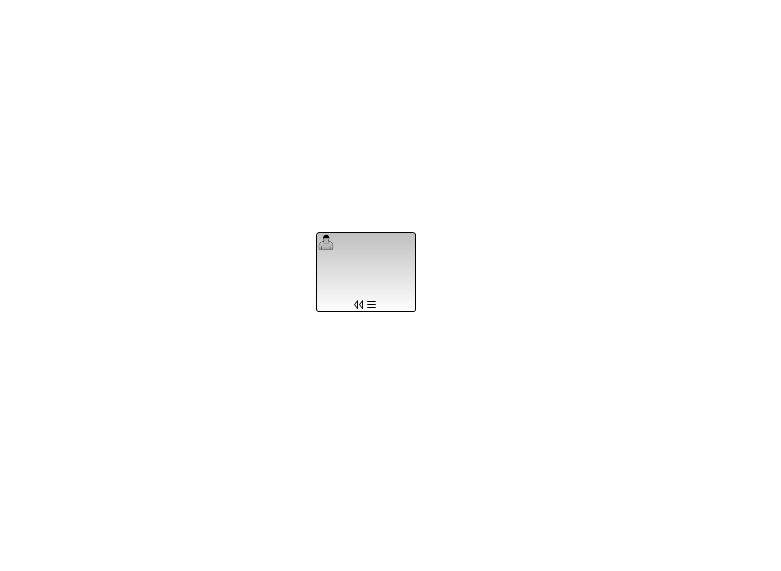
Above: eclipseche-ext-bpmn/src/main/resources/de/fhrt/johannes/wendig/codenvy/bpmn/newDiagram.png in jwendig/eclipseche-ext-camunda-bpmn (BPMN), before the change. Its source is kept beside it as eclipseche-ext-bpmn/src/main/resources/de/fhrt/johannes/wendig/codenvy/bpmn/newDiagram.bpmn. Ids are renumbered.
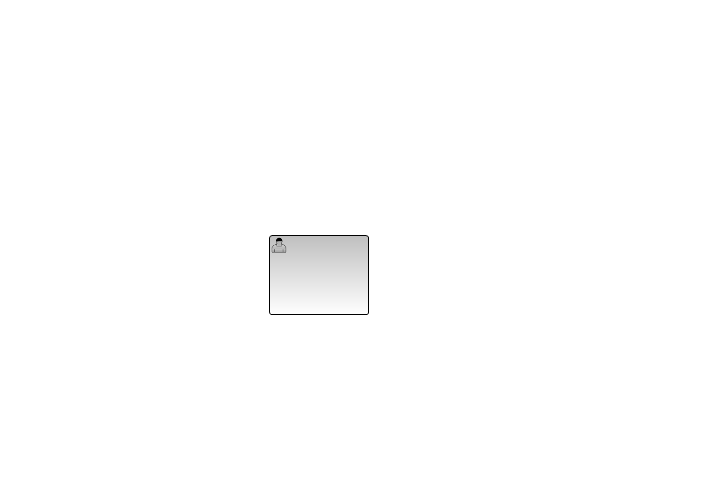
Later version of the same file.

Diff of the diagram source:
```diff
@@ -1,16 +1,23 @@
 <bpmn2:definitions xmlns:xsi="http://www.w3.org/2001/XMLSchema-instance" xmlns:bpmn2="http://www.omg.org/spec/BPMN/20100524/MODEL" xmlns:bpmndi="http://www.omg.org/spec/BPMN/20100524/DI" xmlns:camunda="http://activiti.org/bpmn" xmlns:dc="http://www.omg.org/spec/DD/20100524/DC" xmlns:di="http://www.omg.org/spec/DD/20100524/DI" xsi:schemaLocation="http://www.omg.org/spec/BPMN/20100524/MODEL BPMN20.xsd" id="sample-diagram" exporter="camunda modeler" exporterVersion="2.5.0" targetNamespace="http://activiti.org/bpmn">
   <bpmn2:process id="Process_1" isExecutable="false">
-    <bpmn2:userTask id="UserTask_1" isForCompensation="true">
-      <bpmn2:multiInstanceLoopCharacteristics camunda:collection="asd" camunda:elementVariable="fdfff" isSequential="true">
-        <bpmn2:loopCardinality xsi:type="bpmn2:tFormalExpression">ff</bpmn2:loopCardinality>
-        <bpmn2:completionCondition xsi:type="bpmn2:tFormalExpression">fdfdfd</bpmn2:completionCondition>
-      </bpmn2:multiInstanceLoopCharacteristics>
+    <bpmn2:userTask id="UserTask_1">
+      <bpmn2:extensionElements>
+        <camunda:inputOutput>
+          <camunda:inputParameter name="test">tessdfasdfadsf</camunda:inputParameter>
+          <camunda:outputParameter name="test">
+            <camunda:list>
+              <camunda:value>sdafdf</camunda:value>
+              <camunda:value>sdfsdfd</camunda:value>
+            </camunda:list>
+          </camunda:outputParameter>
+        </camunda:inputOutput>
+      </bpmn2:extensionElements>
     </bpmn2:userTask>
   </bpmn2:process>
   <bpmndi:BPMNDiagram id="BPMNDiagram_1">
     <bpmndi:BPMNPlane id="BPMNPlane_1" bpmnElement="Process_1">
-      <bpmndi:BPMNShape id="_BPMNShape_UserTask_3" bpmnElement="UserTask_1">
-        <dc:Bounds height="80.0" width="100.0" x="316.0" y="232.0"/>
+      <bpmndi:BPMNShape id="_BPMNShape_UserTask_5" bpmnElement="UserTask_1">
+        <dc:Bounds height="80.0" width="100.0" x="269.0" y="235.0"/>
       </bpmndi:BPMNShape>
     </bpmndi:BPMNPlane>
   </bpmndi:BPMNDiagram>
```
